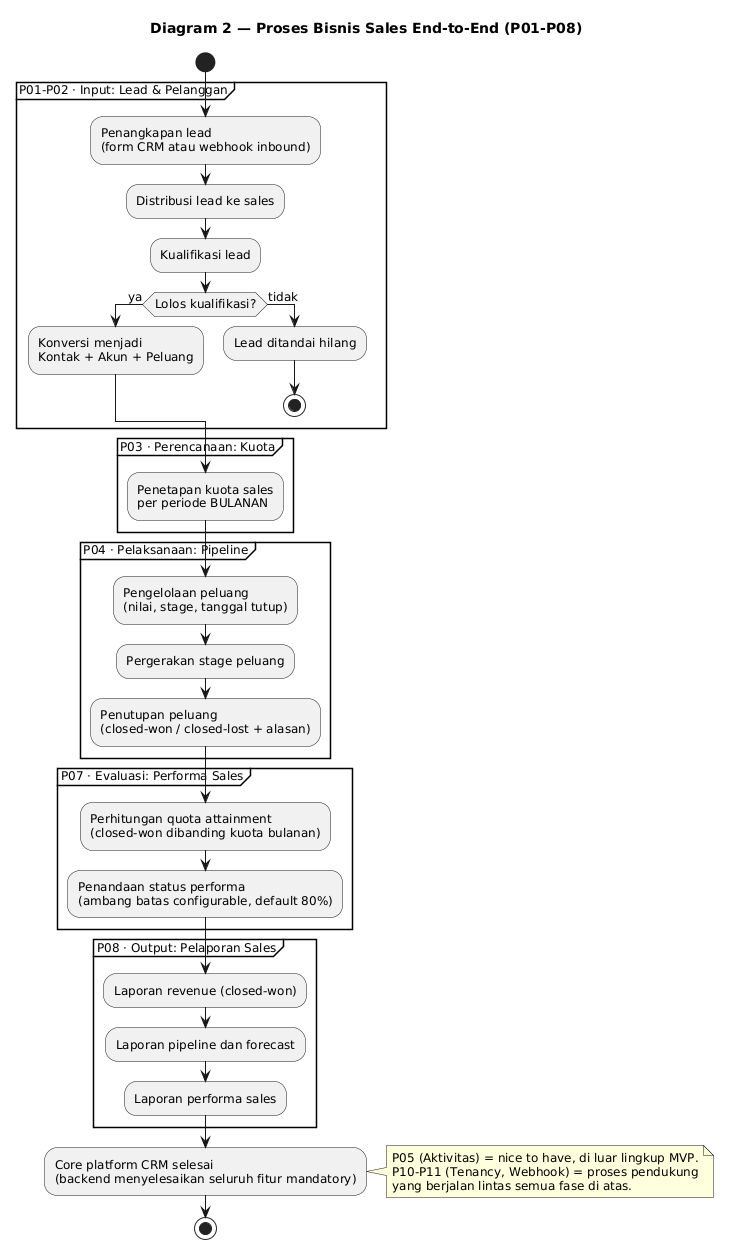
Earlier version of the PlantUML export knowledge/projects/bootcamp-crm/requirements/brd/diagrams/02-proses-bisnis.png (yudha-tlab/ai-os-knowledge).
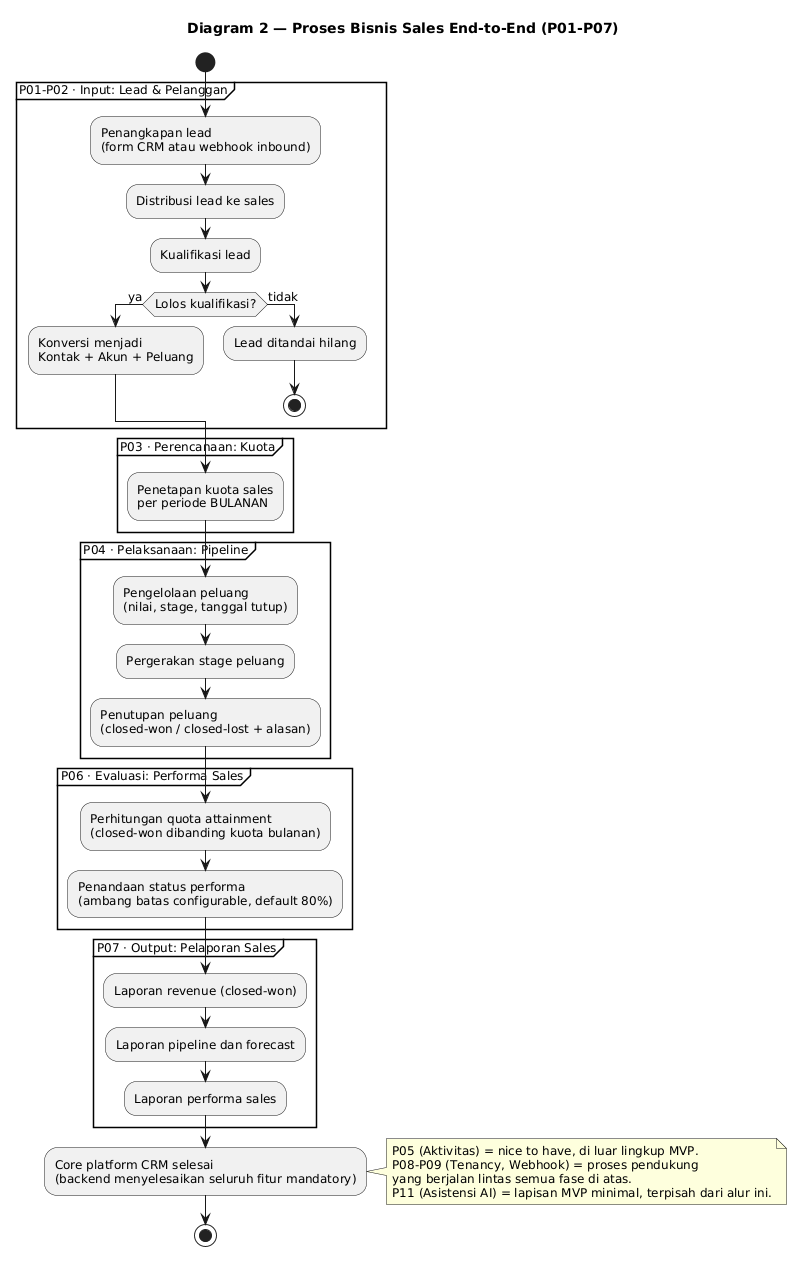
After the change.

What changed in the source:
```diff
@@ -1,5 +1,5 @@
 @startuml
-title Diagram 2 — Proses Bisnis Sales End-to-End (P01-P08)
+title Diagram 2 — Proses Bisnis Sales End-to-End (P01-P07)
 
 skinparam shadowing false
 skinparam defaultFontSize 12
@@ -29,13 +29,13 @@
   :Penutupan peluang
   (closed-won / closed-lost + alasan);
 }
-partition "P07 · Evaluasi: Performa Sales" {
+partition "P06 · Evaluasi: Performa Sales" {
   :Perhitungan quota attainment
   (closed-won dibanding kuota bulanan);
   :Penandaan status performa
   (ambang batas configurable, default 80%);
 }
-partition "P08 · Output: Pelaporan Sales" {
+partition "P07 · Output: Pelaporan Sales" {
   :Laporan revenue (closed-won);
   :Laporan pipeline dan forecast;
   :Laporan performa sales;
@@ -44,8 +44,9 @@
 (backend menyelesaikan seluruh fitur mandatory);
 note right
   P05 (Aktivitas) = nice to have, di luar lingkup MVP.
-  P10-P11 (Tenancy, Webhook) = proses pendukung
+  P08-P09 (Tenancy, Webhook) = proses pendukung
   yang berjalan lintas semua fase di atas.
+  P11 (Asistensi AI) = lapisan MVP minimal, terpisah dari alur ini.
 end note
 stop
 @enduml
```
